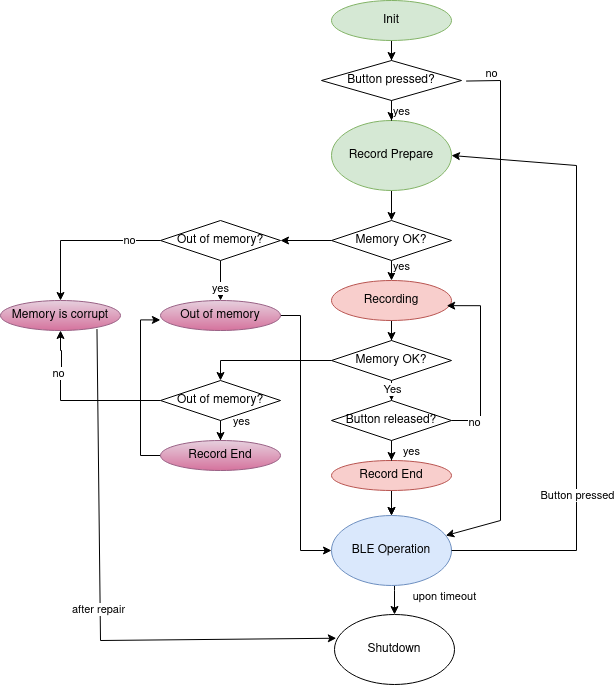
Before: firmware/src/targets/dictofun/tasks/systemstate/df-states.drawio.png, a diagram exported from draw.io (rundb/dictofun). Source tidied: cells renumbered, new cells last; positions are measured from the earlier drawing's top-left corner, leaving out a move shared by most shapes.
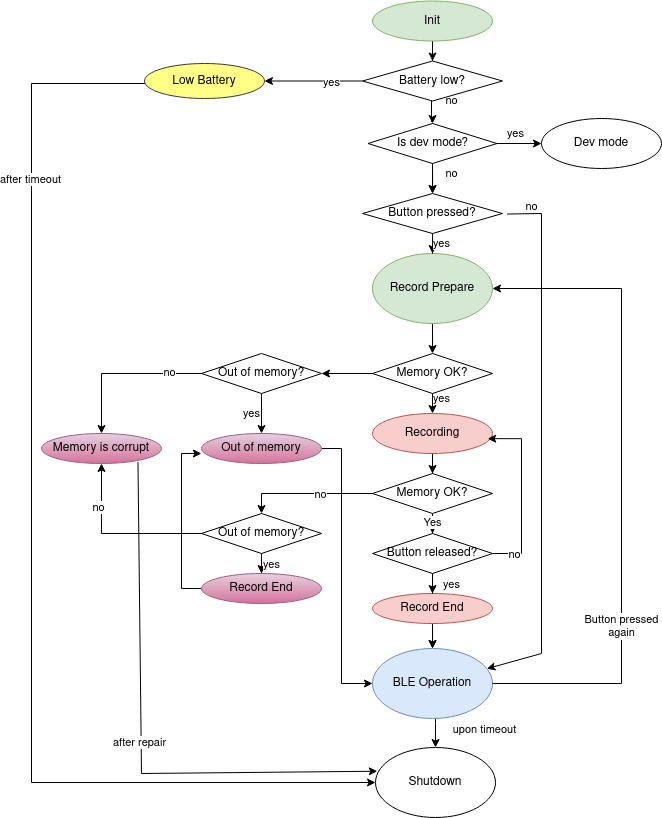
Later version of the same file.

What changed in the source:
```diff
@@ -2,11 +2,11 @@
   <root>
     <mxCell id="0" />
     <mxCell id="1" parent="0" />
-    <mxCell id="2" style="edgeStyle=orthogonalEdgeStyle;rounded=0;jettySize=auto;html=1;" parent="1" edge="1" source="3" target="21">
-      <mxGeometry relative="1" as="geometry" />
-    </mxCell>
+    <mxCell id="52" style="edgeStyle=orthogonalEdgeStyle;rounded=0;jettySize=auto;html=1;" parent="1" edge="1" source="3" target="61">
+      <mxGeometry relative="1" as="geometry" />
+    </mxCell>
     <mxCell id="3" value="Init" style="ellipse;whiteSpace=wrap;html=1;fillColor=#d5e8d4;strokeColor=#82b366;" parent="1" vertex="1">
-      <mxGeometry x="331" width="120" height="40" as="geometry" />
+      <mxGeometry x="331" y="-132.5" width="120" height="40" as="geometry" />
     </mxCell>
     <mxCell id="4" style="edgeStyle=orthogonalEdgeStyle;rounded=0;jettySize=auto;html=1;" parent="1" edge="1" source="5" target="26">
       <mxGeometry relative="1" as="geometry" />
@@ -51,12 +51,12 @@
     <mxCell id="15" style="endArrow=classic;html=1;rounded=0;exitX=1;exitY=0.5;exitDx=0;exitDy=0;entryX=1;entryY=0.5;entryDx=0;entryDy=0;" parent="1" edge="1" source="13" target="5">
       <mxGeometry relative="1" as="geometry">
         <Array as="points">
-          <mxPoint x="576" y="550" />
-          <mxPoint x="576" y="165" />
+          <mxPoint x="580" y="550" />
+          <mxPoint x="580" y="155" />
         </Array>
       </mxGeometry>
     </mxCell>
-    <mxCell id="16" value="&lt;div&gt;Button pressed&lt;/div&gt;" style="edgeLabel;html=1;align=center;verticalAlign=middle;" parent="15" vertex="1">
+    <mxCell id="16" value="&lt;div&gt;Button pressed&lt;/div&gt;again" style="edgeLabel;html=1;align=center;verticalAlign=middle;" parent="15" vertex="1">
       <mxGeometry x="-0.43" relative="1" as="geometry" />
     </mxCell>
     <mxCell id="17" style="edgeStyle=orthogonalEdgeStyle;rounded=0;jettySize=auto;html=1;" parent="1" edge="1" source="18" target="13">
@@ -120,7 +120,9 @@
       <mxGeometry relative="1" as="geometry" />
     </mxCell>
     <mxCell id="30" value="yes" style="edgeLabel;html=1;align=center;verticalAlign=middle;" parent="29" vertex="1">
-      <mxGeometry x="0.34" y="-1" relative="1" as="geometry" />
+      <mxGeometry x="0.34" y="-1" relative="1" as="geometry">
+        <mxPoint x="-9" y="-7" as="offset" />
+      </mxGeometry>
     </mxCell>
     <mxCell id="31" style="edgeStyle=orthogonalEdgeStyle;rounded=0;jettySize=auto;html=1;" parent="1" edge="1" source="33" target="22">
       <mxGeometry relative="1" as="geometry" />
@@ -140,6 +142,9 @@
     <mxCell id="36" style="edgeStyle=orthogonalEdgeStyle;rounded=0;jettySize=auto;html=1;entryX=0.5;entryY=0;entryDx=0;entryDy=0;" parent="1" edge="1" source="37" target="47">
       <mxGeometry relative="1" as="geometry" />
     </mxCell>
+    <mxCell id="53" value="&lt;div&gt;no&lt;/div&gt;" style="edgeLabel;html=1;align=center;verticalAlign=middle;" parent="36" vertex="1">
+      <mxGeometry x="-0.2" y="1" relative="1" as="geometry" />
+    </mxCell>
     <mxCell id="37" value="Memory OK?" style="rhombus;whiteSpace=wrap;html=1;" parent="1" vertex="1">
       <mxGeometry x="331" y="340" width="120" height="40" as="geometry" />
     </mxCell>
@@ -170,17 +175,13 @@
     </mxCell>
     <mxCell id="44" value="yes" style="edgeLabel;html=1;align=center;verticalAlign=middle;" parent="43" vertex="1">
       <mxGeometry x="0.75" y="-3" relative="1" as="geometry">
-        <mxPoint x="23" y="-13" as="offset" />
+        <mxPoint x="13" y="-2" as="offset" />
       </mxGeometry>
     </mxCell>
     <mxCell id="45" style="edgeStyle=orthogonalEdgeStyle;rounded=0;jettySize=auto;html=1;entryX=0.5;entryY=1;entryDx=0;entryDy=0;exitX=0;exitY=0.5;exitDx=0;exitDy=0;" parent="1" edge="1" source="47" target="22">
       <mxGeometry relative="1" as="geometry">
         <Array as="points">
           <mxPoint x="60" y="400" />
-          <mxPoint x="60" y="370" />
-          <mxPoint x="61" y="370" />
-          <mxPoint x="61" y="350" />
-          <mxPoint x="60" y="350" />
         </Array>
       </mxGeometry>
     </mxCell>
@@ -212,5 +213,61 @@
     <mxCell id="51" value="after repair" style="edgeLabel;html=1;align=center;verticalAlign=middle;" parent="50" vertex="1">
       <mxGeometry x="0.02" y="-2" relative="1" as="geometry" />
     </mxCell>
+    <mxCell id="54" style="edgeStyle=orthogonalEdgeStyle;rounded=0;jettySize=auto;html=1;" parent="1" edge="1" source="56" target="14">
+      <mxGeometry relative="1" as="geometry">
+        <Array as="points">
+          <mxPoint x="-10" y="-50" />
+          <mxPoint x="-10" y="649" />
+        </Array>
+      </mxGeometry>
+    </mxCell>
+    <mxCell id="55" value="&lt;div&gt;after timeout&lt;/div&gt;" style="edgeLabel;html=1;align=center;verticalAlign=middle;" parent="54" vertex="1">
+      <mxGeometry x="-0.64" y="-1" relative="1" as="geometry" />
+    </mxCell>
+    <mxCell id="56" value="Low Battery" style="ellipse;whiteSpace=wrap;html=1;fillColor=#ffff88;strokeColor=#36393d;" parent="1" vertex="1">
+      <mxGeometry x="103" y="-70" width="120" height="35" as="geometry" />
+    </mxCell>
+    <mxCell id="57" style="edgeStyle=orthogonalEdgeStyle;rounded=0;jettySize=auto;html=1;" parent="1" edge="1" source="61" target="56">
+      <mxGeometry relative="1" as="geometry" />
+    </mxCell>
+    <mxCell id="58" value="yes" style="edgeLabel;html=1;align=center;verticalAlign=middle;" parent="57" vertex="1">
+      <mxGeometry x="-0.36" y="1" relative="1" as="geometry" />
+    </mxCell>
+    <mxCell id="59" style="edgeStyle=orthogonalEdgeStyle;rounded=0;jettySize=auto;html=1;" parent="1" edge="1" source="61" target="66">
+      <mxGeometry relative="1" as="geometry">
+        <Array as="points">
+          <mxPoint x="390" y="-12" />
+          <mxPoint x="391" y="-12" />
+        </Array>
+      </mxGeometry>
+    </mxCell>
+    <mxCell id="60" value="&lt;div&gt;no&lt;/div&gt;" style="edgeLabel;html=1;align=center;verticalAlign=middle;" parent="59" vertex="1">
+      <mxGeometry x="-0.43" y="3" relative="1" as="geometry">
+        <mxPoint x="17" y="-7" as="offset" />
+      </mxGeometry>
+    </mxCell>
+    <mxCell id="61" value="Battery low?" style="rhombus;whiteSpace=wrap;html=1;" parent="1" vertex="1">
+      <mxGeometry x="321" y="-72.5" width="140" height="40" as="geometry" />
+    </mxCell>
+    <mxCell id="62" style="edgeStyle=orthogonalEdgeStyle;rounded=0;jettySize=auto;html=1;" parent="1" edge="1" source="66" target="21">
+      <mxGeometry relative="1" as="geometry" />
+    </mxCell>
+    <mxCell id="63" value="no" style="edgeStyle=orthogonalEdgeStyle;rounded=0;jettySize=auto;html=1;" parent="1" edge="1" source="66" target="21">
+      <mxGeometry x="0.2" y="19" relative="1" as="geometry" />
+    </mxCell>
+    <mxCell id="64" style="edgeStyle=orthogonalEdgeStyle;rounded=0;jettySize=auto;html=1;" parent="1" edge="1" source="66" target="67">
+      <mxGeometry relative="1" as="geometry" />
+    </mxCell>
+    <mxCell id="65" value="yes" style="edgeLabel;html=1;align=center;verticalAlign=middle;" parent="64" vertex="1">
+      <mxGeometry x="-0.17" y="-1" relative="1" as="geometry">
+        <mxPoint y="-11" as="offset" />
+      </mxGeometry>
+    </mxCell>
+    <mxCell id="66" value="Is dev mode?" style="rhombus;whiteSpace=wrap;html=1;" parent="1" vertex="1">
+      <mxGeometry x="326.5" y="-10" width="129" height="40" as="geometry" />
+    </mxCell>
+    <mxCell id="67" value="Dev mode" style="ellipse;whiteSpace=wrap;html=1;" parent="1" vertex="1">
+      <mxGeometry x="500" y="-15" width="120" height="50" as="geometry" />
+    </mxCell>
   </root>
 </mxGraphModel>
```
